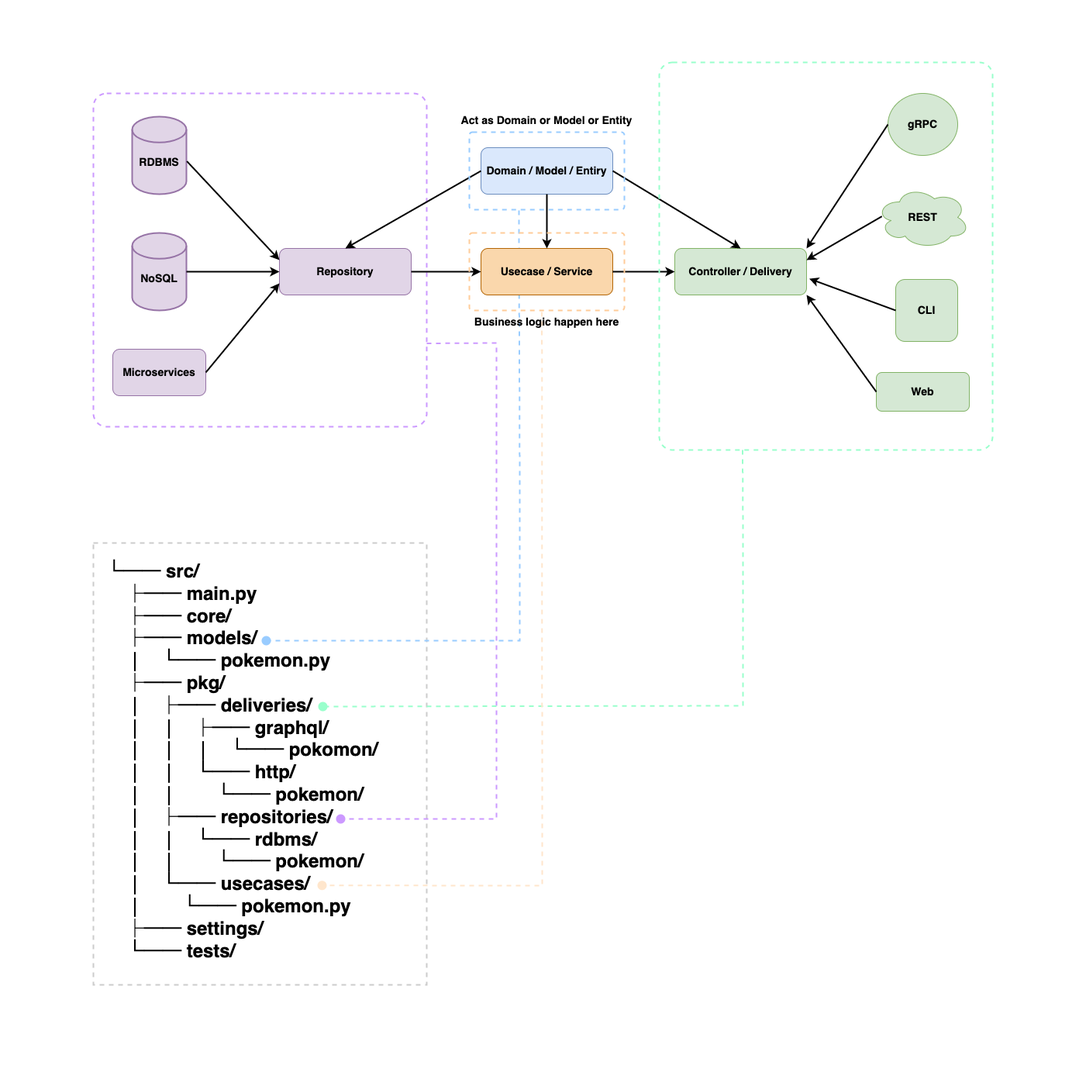
This is docs/clean-arch.png from cdddg/py-clean-arch, a draw.io export, as it was before one commit. Source tidied: cells renumbered, new cells last; positions are measured from the earlier drawing's top-left corner, leaving out a move shared by most shapes.
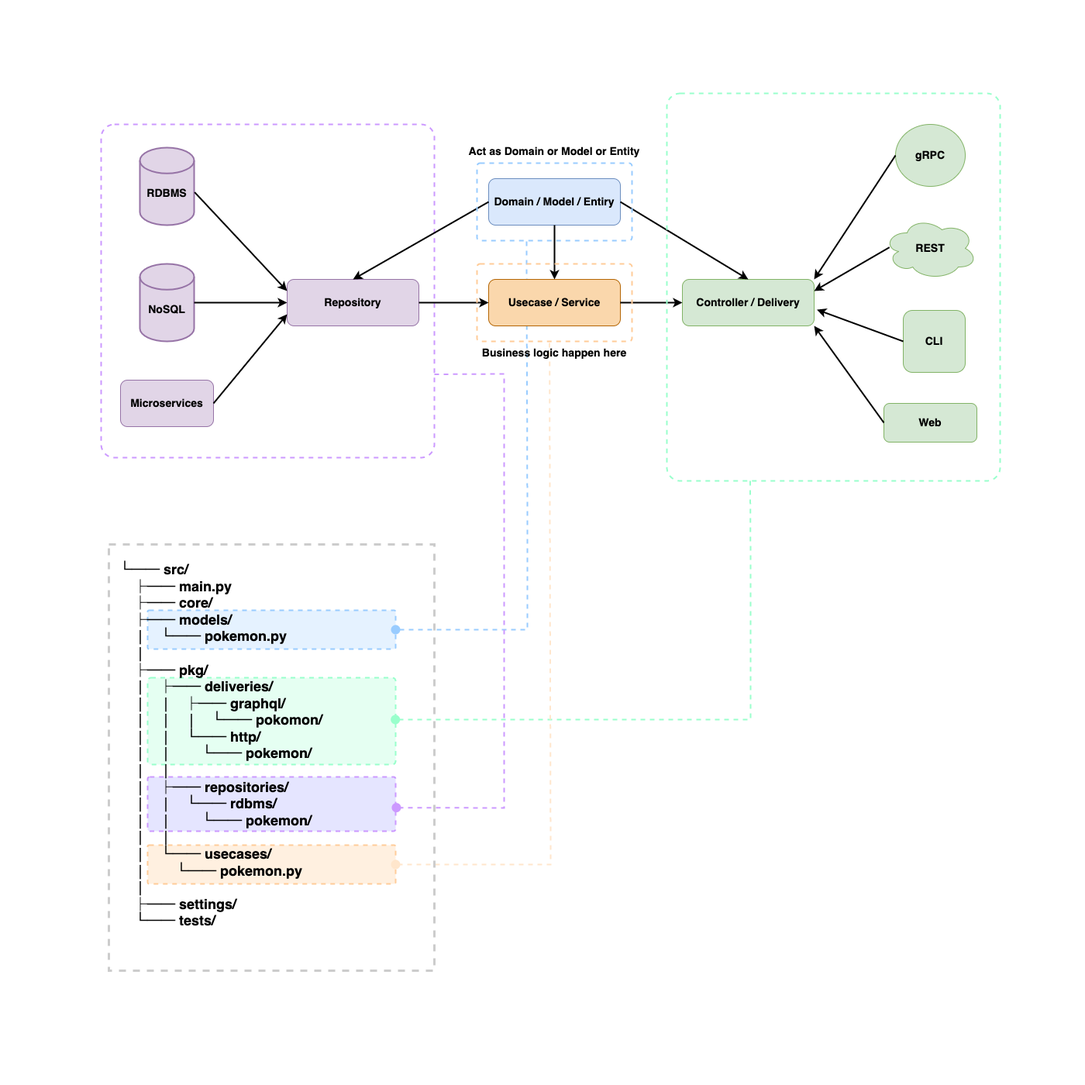
Later version of the same file.

The edit, as a diff of the source:
```diff
@@ -2,19 +2,27 @@
   <root>
     <mxCell id="0" />
     <mxCell id="1" parent="0" />
+    <mxCell id="36" style="rounded=1;whiteSpace=wrap;html=1;fillColor=#e5fff2;strokeWidth=2;strokeColor=#99FFCC;dashed=1;arcSize=4;" parent="1" vertex="1">
+      <mxGeometry x="60" y="754" width="320" height="112" as="geometry" />
+    </mxCell>
+    <mxCell id="37" style="rounded=1;whiteSpace=wrap;html=1;fillColor=#e5e5ff;strokeWidth=2;strokeColor=#CC99FF;dashed=1;arcSize=4;" parent="1" vertex="1">
+      <mxGeometry x="60" y="882" width="320" height="70" as="geometry" />
+    </mxCell>
+    <mxCell id="38" style="rounded=1;whiteSpace=wrap;html=1;fillColor=#e5f2ff;strokeWidth=2;strokeColor=#99CCFF;dashed=1;arcSize=4;" parent="1" vertex="1">
+      <mxGeometry x="60" y="667" width="320" height="50" as="geometry" />
+    </mxCell>
+    <mxCell id="39" style="rounded=1;whiteSpace=wrap;html=1;fillColor=#fff0e0;strokeWidth=2;strokeColor=#FFCC99;dashed=1;arcSize=4;" parent="1" vertex="1">
+      <mxGeometry x="60" y="970" width="320" height="50" as="geometry" />
+    </mxCell>
     <mxCell id="2" style="rounded=1;whiteSpace=wrap;html=1;fillColor=none;strokeWidth=2;strokeColor=#CC99FF;dashed=1;arcSize=4;" parent="1" vertex="1">
       <mxGeometry y="40" width="430" height="430" as="geometry" />
     </mxCell>
-    <mxCell id="3" value="&lt;h1&gt;&amp;nbsp; └── src/&lt;br&gt;&amp;nbsp; &amp;nbsp; &amp;nbsp; ├── main.py&lt;br&gt;&amp;nbsp; &amp;nbsp; &amp;nbsp; ├── core/&lt;br&gt;&amp;nbsp; &amp;nbsp; &amp;nbsp; ├── models/&lt;br&gt;&amp;nbsp; &amp;nbsp; &amp;nbsp; │&amp;nbsp; &amp;nbsp;└── pokemon.py&lt;br&gt;&amp;nbsp; &amp;nbsp; &amp;nbsp; ├── pkg/&lt;br&gt;&amp;nbsp; &amp;nbsp; &amp;nbsp; │&amp;nbsp; &amp;nbsp;├── deliveries/&lt;br&gt;&amp;nbsp; &amp;nbsp; &amp;nbsp; │&amp;nbsp; &amp;nbsp;│&amp;nbsp; &amp;nbsp;├── graphql/&lt;br&gt;&amp;nbsp; &amp;nbsp; &amp;nbsp; │&amp;nbsp; &amp;nbsp;│&amp;nbsp; &amp;nbsp;│&amp;nbsp; &amp;nbsp;└── pokomon/&lt;br&gt;&amp;nbsp; &amp;nbsp; &amp;nbsp; │&amp;nbsp; &amp;nbsp;│&amp;nbsp; &amp;nbsp;└── http/&lt;br&gt;&amp;nbsp; &amp;nbsp; &amp;nbsp; │&amp;nbsp; &amp;nbsp;│&amp;nbsp; &amp;nbsp; &amp;nbsp; &amp;nbsp;└── pokemon/&lt;br&gt;&amp;nbsp; &amp;nbsp; &amp;nbsp; │&amp;nbsp; &amp;nbsp;├── repositories/&lt;br&gt;&amp;nbsp; &amp;nbsp; &amp;nbsp; │&amp;nbsp; &amp;nbsp;│&amp;nbsp; &amp;nbsp;└── rdbms/&lt;br&gt;&amp;nbsp; &amp;nbsp; &amp;nbsp; │&amp;nbsp; &amp;nbsp;│&amp;nbsp; &amp;nbsp; &amp;nbsp; &amp;nbsp;└── pokemon/&lt;br&gt;&amp;nbsp; &amp;nbsp; &amp;nbsp; │&amp;nbsp; &amp;nbsp;└── usecases/&lt;br&gt;&amp;nbsp; &amp;nbsp; &amp;nbsp; │&amp;nbsp; &amp;nbsp; &amp;nbsp; &amp;nbsp;└── pokemon.py&lt;br&gt;&amp;nbsp; &amp;nbsp; &amp;nbsp; ├── settings/&lt;br&gt;&amp;nbsp; &amp;nbsp; &amp;nbsp; └── tests/&lt;/h1&gt;&lt;div&gt;&lt;br&gt;&lt;/div&gt;" style="text;whiteSpace=wrap;html=1;strokeColor=#CCCCCC;dashed=1;strokeWidth=2;" parent="1" vertex="1">
-      <mxGeometry y="620" width="430" height="570" as="geometry" />
-    </mxCell>
-    <mxCell id="4" style="endArrow=oval;html=1;rounded=0;strokeColor=#99CCFF;strokeWidth=2;dashed=1;endFill=1;endSize=10;exitX=0.468;exitY=1.019;exitDx=0;exitDy=0;exitPerimeter=0;" parent="1" edge="1">
+    <mxCell id="4" style="endArrow=oval;html=1;rounded=0;strokeColor=#99CCFF;strokeWidth=2;dashed=1;endFill=1;endSize=10;exitX=0.468;exitY=1.019;exitDx=0;exitDy=0;exitPerimeter=0;entryX=1;entryY=0.5;entryDx=0;entryDy=0;" parent="1" edge="1" target="38">
       <mxGeometry relative="1" as="geometry">
         <mxPoint x="549" y="191" as="sourcePoint" />
-        <mxPoint x="223" y="746" as="targetPoint" />
         <Array as="points">
           <mxPoint x="550" y="550" />
-          <mxPoint x="550" y="746" />
+          <mxPoint x="550" y="692" />
         </Array>
       </mxGeometry>
     </mxCell>
@@ -89,12 +97,11 @@
     <mxCell id="27" style="endArrow=classic;html=1;rounded=0;strokeWidth=2;exitX=0;exitY=0.5;exitDx=0;exitDy=0;strokeColor=#000000;entryX=1;entryY=1;entryDx=0;entryDy=0;" parent="1" edge="1" source="23" target="13">
       <mxGeometry relative="1" as="geometry" />
     </mxCell>
-    <mxCell id="28" style="endArrow=oval;html=1;rounded=0;strokeColor=#CC99FF;strokeWidth=2;dashed=1;endFill=1;endSize=10;exitX=1;exitY=0.75;exitDx=0;exitDy=0;" parent="1" edge="1" source="2">
+    <mxCell id="28" style="endArrow=oval;html=1;rounded=0;strokeColor=#CC99FF;strokeWidth=2;dashed=1;endFill=1;endSize=10;exitX=1;exitY=0.75;exitDx=0;exitDy=0;entryX=1.003;entryY=0.566;entryDx=0;entryDy=0;entryPerimeter=0;" parent="1" edge="1" source="2" target="37">
       <mxGeometry relative="1" as="geometry">
-        <mxPoint x="319" y="976" as="targetPoint" />
         <Array as="points">
           <mxPoint x="520" y="362" />
-          <mxPoint x="520" y="976" />
+          <mxPoint x="520" y="922" />
         </Array>
       </mxGeometry>
     </mxCell>
@@ -107,28 +114,29 @@
     <mxCell id="31" style="rounded=1;whiteSpace=wrap;html=1;fillColor=none;strokeWidth=2;strokeColor=#99FFCC;dashed=1;arcSize=4;" parent="1" vertex="1">
       <mxGeometry x="730" width="430" height="500" as="geometry" />
     </mxCell>
-    <mxCell id="32" style="endArrow=oval;html=1;rounded=0;strokeColor=#99FFCC;strokeWidth=2;dashed=1;endFill=1;endSize=10;exitX=0.25;exitY=1;exitDx=0;exitDy=0;" parent="1" edge="1" source="31">
+    <mxCell id="32" style="endArrow=oval;html=1;rounded=0;strokeColor=#99FFCC;strokeWidth=2;dashed=1;endFill=1;endSize=10;exitX=0.25;exitY=1;exitDx=0;exitDy=0;entryX=0.999;entryY=0.482;entryDx=0;entryDy=0;entryPerimeter=0;" parent="1" edge="1" source="31" target="36">
       <mxGeometry relative="1" as="geometry">
-        <mxPoint x="296" y="831" as="targetPoint" />
         <Array as="points">
           <mxPoint x="838" y="610" />
-          <mxPoint x="838" y="830" />
+          <mxPoint x="838" y="808" />
         </Array>
       </mxGeometry>
     </mxCell>
     <mxCell id="33" value="&lt;h3&gt;&lt;font color=&quot;#000000&quot;&gt;Act as Domain or Model or Entity&lt;/font&gt;&lt;/h3&gt;" style="text;html=1;strokeColor=none;fillColor=none;align=center;verticalAlign=middle;whiteSpace=wrap;rounded=0;" parent="1" vertex="1">
       <mxGeometry x="470" y="60" width="230" height="30" as="geometry" />
     </mxCell>
-    <mxCell id="34" style="endArrow=oval;html=1;rounded=0;strokeColor=#FFE6CC;strokeWidth=2;dashed=1;endFill=1;endSize=10;exitX=0.468;exitY=1.019;exitDx=0;exitDy=0;exitPerimeter=0;" parent="1" edge="1" source="29">
+    <mxCell id="34" style="endArrow=oval;html=1;rounded=0;strokeColor=#FFE6CC;strokeWidth=2;dashed=1;endFill=1;endSize=10;exitX=0.468;exitY=1.019;exitDx=0;exitDy=0;exitPerimeter=0;entryX=1;entryY=0.5;entryDx=0;entryDy=0;" parent="1" edge="1" source="29" target="39">
       <mxGeometry relative="1" as="geometry">
-        <mxPoint x="295" y="1061.8" as="targetPoint" />
         <Array as="points">
-          <mxPoint x="579" y="1062" />
+          <mxPoint x="580" y="995" />
         </Array>
       </mxGeometry>
     </mxCell>
     <mxCell id="35" value="&lt;h3&gt;&lt;font color=&quot;#000000&quot;&gt;Business logic happen here&lt;/font&gt;&lt;/h3&gt;" style="text;html=1;strokeColor=none;fillColor=none;align=center;verticalAlign=middle;whiteSpace=wrap;rounded=0;" parent="1" vertex="1">
       <mxGeometry x="470" y="320" width="230" height="30" as="geometry" />
     </mxCell>
+    <mxCell id="3" value="&lt;h2&gt;&amp;nbsp; └── src/&lt;br&gt;&amp;nbsp; &amp;nbsp; &amp;nbsp; ├── main.py&lt;br&gt;&amp;nbsp; &amp;nbsp; &amp;nbsp; ├── core/&lt;br&gt;&amp;nbsp; &amp;nbsp; &amp;nbsp; ├── models/&lt;br&gt;&amp;nbsp; &amp;nbsp; &amp;nbsp; │&amp;nbsp; &amp;nbsp;└── pokemon.py&lt;br&gt;&amp;nbsp; &amp;nbsp; &amp;nbsp; │&lt;br&gt;&amp;nbsp; &amp;nbsp; &amp;nbsp; ├── pkg/&lt;br&gt;&amp;nbsp; &amp;nbsp; &amp;nbsp; │&amp;nbsp; &amp;nbsp;├── deliveries/&lt;br&gt;&amp;nbsp; &amp;nbsp; &amp;nbsp; │&amp;nbsp; &amp;nbsp;│&amp;nbsp; &amp;nbsp;├── graphql/&lt;br&gt;&amp;nbsp; &amp;nbsp; &amp;nbsp; │&amp;nbsp; &amp;nbsp;│&amp;nbsp; &amp;nbsp;│&amp;nbsp; &amp;nbsp;└── pokomon/&lt;br&gt;&amp;nbsp; &amp;nbsp; &amp;nbsp; │&amp;nbsp; &amp;nbsp;│&amp;nbsp; &amp;nbsp;└── http/&lt;br&gt;&amp;nbsp; &amp;nbsp; &amp;nbsp; │&amp;nbsp; &amp;nbsp;│&amp;nbsp; &amp;nbsp; &amp;nbsp; &amp;nbsp;└── pokemon/&lt;br&gt;&amp;nbsp; &amp;nbsp; &amp;nbsp; │&amp;nbsp; &amp;nbsp;│&amp;nbsp;&lt;br&gt;&amp;nbsp; &amp;nbsp; &amp;nbsp; │&amp;nbsp; &amp;nbsp;├── repositories/&lt;br&gt;&amp;nbsp; &amp;nbsp; &amp;nbsp; │&amp;nbsp; &amp;nbsp;│&amp;nbsp; &amp;nbsp;└── rdbms/&lt;br&gt;&amp;nbsp; &amp;nbsp; &amp;nbsp; │&amp;nbsp; &amp;nbsp;│&amp;nbsp; &amp;nbsp; &amp;nbsp; &amp;nbsp;└── pokemon/&lt;br&gt;&amp;nbsp; &amp;nbsp; &amp;nbsp; │&amp;nbsp; &amp;nbsp;│&amp;nbsp;&lt;br&gt;&amp;nbsp; &amp;nbsp; &amp;nbsp; │&amp;nbsp; &amp;nbsp;└── usecases/&lt;br&gt;&amp;nbsp; &amp;nbsp; &amp;nbsp; │&amp;nbsp; &amp;nbsp; &amp;nbsp; &amp;nbsp;└── pokemon.py&lt;br&gt;&amp;nbsp; &amp;nbsp; &amp;nbsp; │&amp;nbsp;&lt;br&gt;&amp;nbsp; &amp;nbsp; &amp;nbsp; ├── settings/&lt;br&gt;&amp;nbsp; &amp;nbsp; &amp;nbsp; └── tests/&lt;/h2&gt;&lt;div&gt;&lt;br&gt;&lt;/div&gt;" style="text;whiteSpace=wrap;html=1;strokeColor=#CCCCCC;dashed=1;strokeWidth=3;" parent="1" vertex="1">
+      <mxGeometry x="10" y="582" width="420" height="550" as="geometry" />
+    </mxCell>
   </root>
 </mxGraphModel>
```
